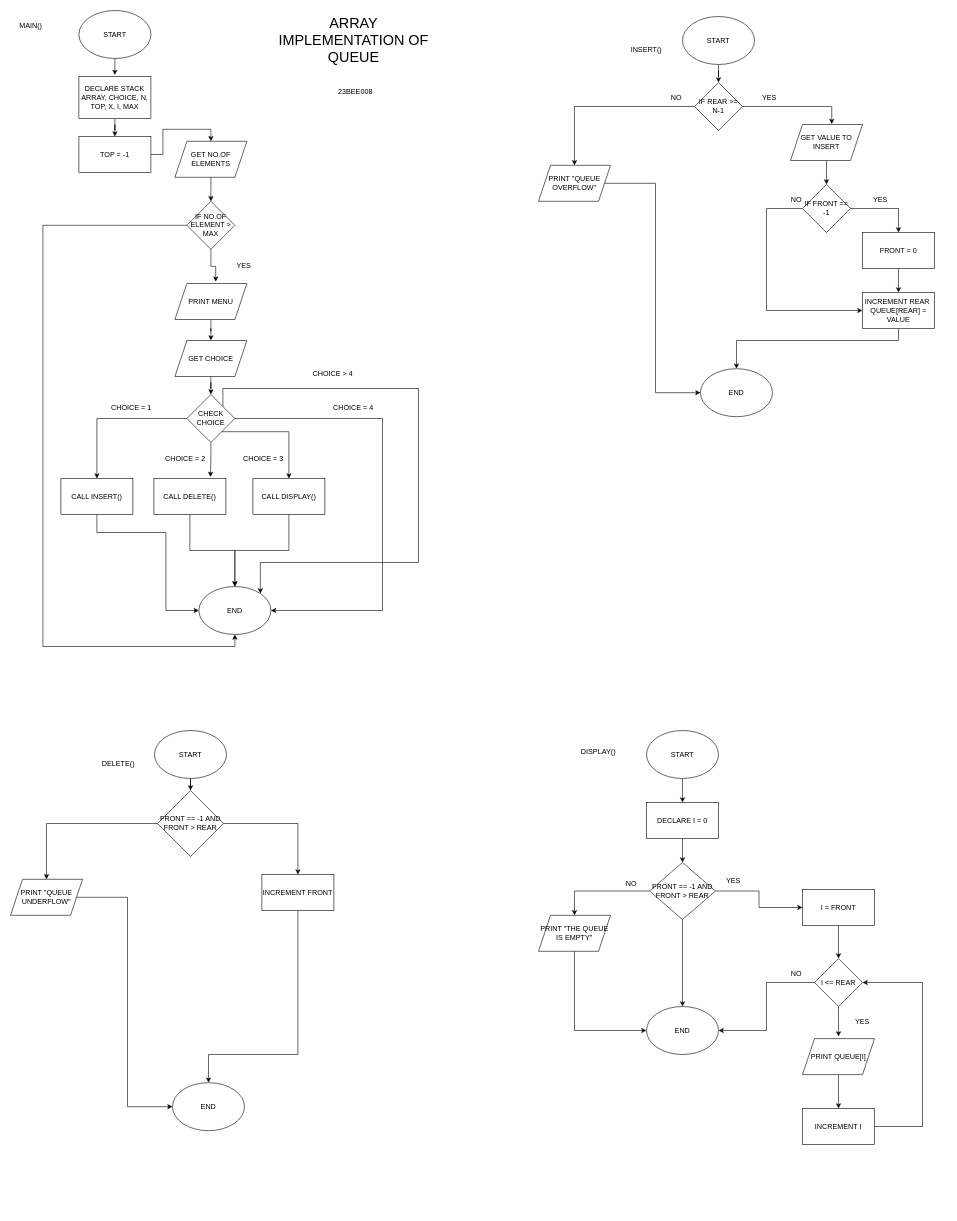
Before: QUEUE.drawio in ahamril2265/DSA-LABS, a draw.io diagram. Source tidied: cells renumbered, new cells numbered last; positions are measured from the earlier drawing's top-left corner, leaving out a move shared by most shapes. Both pictures are drawn from the tidied source at 60%, with x=0, y=0 at pixel (10, 10).
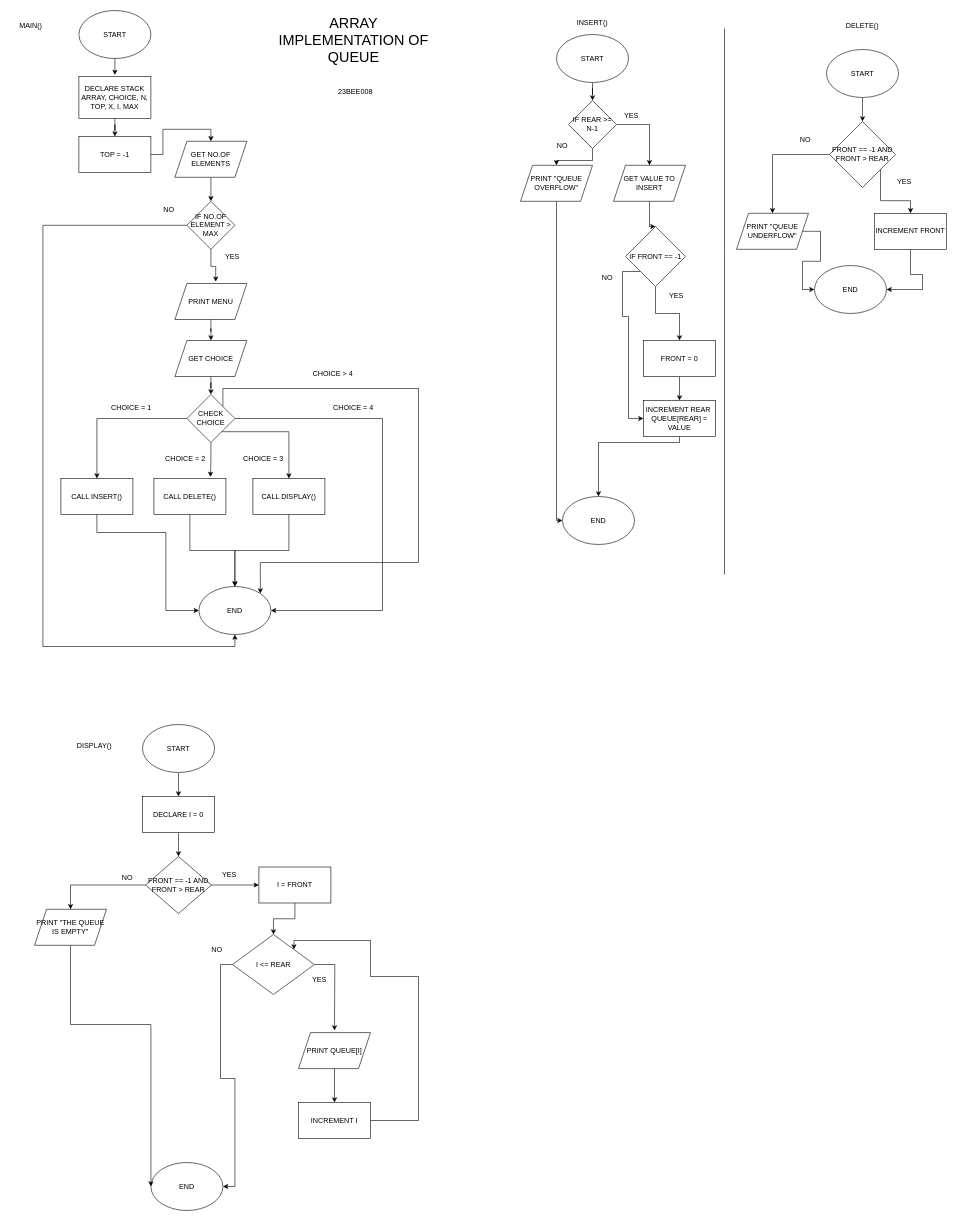
Above is the later version.

The edit, as a diff of the source:
```diff
@@
     <mxCell id="35" value="YES" style="text;html=1;whiteSpace=wrap;strokeColor=none;fillColor=none;align=center;verticalAlign=middle;rounded=0;" parent="1" vertex="1">
-      <mxGeometry x="359" y="410" width="60" height="30" as="geometry" />
+      <mxGeometry x="340" y="395" width="60" height="30" as="geometry" />
     </mxCell>
@@
     <mxCell id="38" value="START" style="ellipse;whiteSpace=wrap;html=1;" parent="1" vertex="1">
-      <mxGeometry x="1120" y="10" width="120" height="80" as="geometry" />
+      <mxGeometry x="910" y="40" width="120" height="80" as="geometry" />
     </mxCell>
@@
+    <mxCell id="45" style="edgeStyle=orthogonalEdgeStyle;rounded=0;jettySize=auto;html=1;exitX=1;exitY=0.5;exitDx=0;exitDy=0;entryX=0.5;entryY=0;entryDx=0;entryDy=0;" parent="1" edge="1" source="40" target="44">
+      <mxGeometry relative="1" as="geometry" />
+    </mxCell>
     <mxCell id="40" value="IF REAR &amp;gt;= N-1" style="rhombus;whiteSpace=wrap;html=1;" parent="1" vertex="1">
-      <mxGeometry x="1140" y="120" width="80" height="80" as="geometry" />
+      <mxGeometry x="930" y="150" width="80" height="80" as="geometry" />
     </mxCell>
     <mxCell id="41" style="edgeStyle=orthogonalEdgeStyle;rounded=0;jettySize=auto;html=1;entryX=0;entryY=0.5;entryDx=0;entryDy=0;" parent="1" edge="1" source="42" target="53">
-      <mxGeometry relative="1" as="geometry" />
+      <mxGeometry relative="1" as="geometry">
+        <Array as="points">
+          <mxPoint x="910" y="850" />
+        </Array>
+      </mxGeometry>
     </mxCell>
     <mxCell id="42" value="PRINT &quot;QUEUE OVERFLOW&quot;" style="shape=parallelogram;perimeter=parallelogramPerimeter;whiteSpace=wrap;html=1;fixedSize=1;" parent="1" vertex="1">
-      <mxGeometry x="880" y="258" width="120" height="60" as="geometry" />
+      <mxGeometry x="850" y="258" width="120" height="60" as="geometry" />
     </mxCell>
     <mxCell id="43" style="edgeStyle=orthogonalEdgeStyle;rounded=0;jettySize=auto;html=1;entryX=0.5;entryY=0;entryDx=0;entryDy=0;" parent="1" edge="1" source="44" target="48">
-      <mxGeometry relative="1" as="geometry" />
+      <mxGeometry relative="1" as="geometry">
+        <Array as="points">
+          <mxPoint x="1065" y="338" />
+          <mxPoint x="1065" y="338" />
+          <mxPoint x="1065" y="360" />
+        </Array>
+      </mxGeometry>
     </mxCell>
     <mxCell id="44" value="GET VALUE TO INSERT" style="shape=parallelogram;perimeter=parallelogramPerimeter;whiteSpace=wrap;html=1;fixedSize=1;" parent="1" vertex="1">
-      <mxGeometry x="1300" y="190" width="120" height="60" as="geometry" />
+      <mxGeometry x="1005" y="258" width="120" height="60" as="geometry" />
     </mxCell>
-    <mxCell id="45" style="edgeStyle=orthogonalEdgeStyle;rounded=0;jettySize=auto;html=1;entryX=0.573;entryY=-0.012;entryDx=0;entryDy=0;entryPerimeter=0;" parent="1" edge="1" source="40" target="44">
-      <mxGeometry relative="1" as="geometry" />
-    </mxCell>
@@
-    <mxCell id="47" style="edgeStyle=orthogonalEdgeStyle;rounded=0;jettySize=auto;html=1;entryX=0;entryY=0.5;entryDx=0;entryDy=0;" parent="1" edge="1" source="48" target="52">
+    <mxCell id="47" style="edgeStyle=orthogonalEdgeStyle;rounded=0;jettySize=auto;html=1;exitX=0;exitY=1;exitDx=0;exitDy=0;entryX=0;entryY=0.5;entryDx=0;entryDy=0;" parent="1" edge="1" source="48" target="52">
       <mxGeometry relative="1" as="geometry">
         <Array as="points">
-          <mxPoint x="1260" y="330" />
-          <mxPoint x="1260" y="500" />
+          <mxPoint x="1020" y="435" />
+          <mxPoint x="1020" y="510" />
+          <mxPoint x="1030" y="510" />
+          <mxPoint x="1030" y="680" />
         </Array>
       </mxGeometry>
     </mxCell>
     <mxCell id="48" value="IF FRONT == -1" style="rhombus;whiteSpace=wrap;html=1;" parent="1" vertex="1">
-      <mxGeometry x="1320" y="290" width="80" height="80" as="geometry" />
+      <mxGeometry x="1025" y="360" width="100" height="100" as="geometry" />
     </mxCell>
@@
     <mxCell id="50" value="FRONT = 0" style="rounded=0;whiteSpace=wrap;html=1;" parent="1" vertex="1">
-      <mxGeometry x="1420" y="370" width="120" height="60" as="geometry" />
+      <mxGeometry x="1055" y="550" width="120" height="60" as="geometry" />
     </mxCell>
     <mxCell id="51" style="edgeStyle=orthogonalEdgeStyle;rounded=0;jettySize=auto;html=1;" parent="1" edge="1" source="52" target="53">
       <mxGeometry relative="1" as="geometry">
         <Array as="points">
-          <mxPoint x="1480" y="550" />
-          <mxPoint x="1210" y="550" />
+          <mxPoint x="980" y="720" />
         </Array>
       </mxGeometry>
     </mxCell>
     <mxCell id="52" value="INCREMENT REAR&amp;nbsp;&lt;div&gt;QUEUE[REAR] = VALUE&lt;/div&gt;" style="rounded=0;whiteSpace=wrap;html=1;" parent="1" vertex="1">
-      <mxGeometry x="1420" y="470" width="120" height="60" as="geometry" />
+      <mxGeometry x="1055" y="650" width="120" height="60" as="geometry" />
     </mxCell>
     <mxCell id="53" value="END" style="ellipse;whiteSpace=wrap;html=1;" parent="1" vertex="1">
-      <mxGeometry x="1150" y="597" width="120" height="80" as="geometry" />
+      <mxGeometry x="920" y="810" width="120" height="80" as="geometry" />
     </mxCell>
     <mxCell id="54" value="INSERT()" style="text;html=1;whiteSpace=wrap;strokeColor=none;fillColor=none;align=center;verticalAlign=middle;rounded=0;" parent="1" vertex="1">
-      <mxGeometry x="1030" y="50" width="60" height="30" as="geometry" />
+      <mxGeometry x="940" y="5" width="60" height="30" as="geometry" />
     </mxCell>
@@
     <mxCell id="58" value="START" style="ellipse;whiteSpace=wrap;html=1;" parent="1" vertex="1">
-      <mxGeometry x="240" y="1200" width="120" height="80" as="geometry" />
+      <mxGeometry x="1360" y="65" width="120" height="80" as="geometry" />
     </mxCell>
@@
     <mxCell id="60" value="FRONT == -1 AND FRONT &amp;gt; REAR" style="rhombus;whiteSpace=wrap;html=1;" parent="1" vertex="1">
-      <mxGeometry x="245" y="1300" width="110" height="110" as="geometry" />
+      <mxGeometry x="1365" y="185" width="110" height="110" as="geometry" />
     </mxCell>
@@
     <mxCell id="62" value="PRINT &quot;QUEUE UNDERFLOW&quot;" style="shape=parallelogram;perimeter=parallelogramPerimeter;whiteSpace=wrap;html=1;fixedSize=1;" parent="1" vertex="1">
-      <mxGeometry y="1448" width="120" height="60" as="geometry" />
+      <mxGeometry x="1210" y="338" width="120" height="60" as="geometry" />
     </mxCell>
     <mxCell id="63" style="edgeStyle=orthogonalEdgeStyle;rounded=0;jettySize=auto;html=1;entryX=0.5;entryY=0;entryDx=0;entryDy=0;" parent="1" edge="1" source="60" target="65">
-      <mxGeometry relative="1" as="geometry" />
+      <mxGeometry relative="1" as="geometry">
+        <Array as="points">
+          <mxPoint x="1450" y="317" />
+          <mxPoint x="1500" y="317" />
+        </Array>
+      </mxGeometry>
     </mxCell>
     <mxCell id="64" style="edgeStyle=orthogonalEdgeStyle;rounded=0;jettySize=auto;html=1;" parent="1" edge="1" source="65" target="66">
       <mxGeometry relative="1" as="geometry">
         <Array as="points">
-          <mxPoint x="479" y="1740" />
-          <mxPoint x="330" y="1740" />
+          <mxPoint x="1500" y="440" />
+          <mxPoint x="1520" y="440" />
+          <mxPoint x="1520" y="465" />
         </Array>
       </mxGeometry>
     </mxCell>
     <mxCell id="65" value="INCREMENT FRONT" style="rounded=0;whiteSpace=wrap;html=1;" parent="1" vertex="1">
-      <mxGeometry x="419" y="1440" width="120" height="60" as="geometry" />
+      <mxGeometry x="1440" y="338" width="120" height="60" as="geometry" />
     </mxCell>
     <mxCell id="66" value="END" style="ellipse;whiteSpace=wrap;html=1;" parent="1" vertex="1">
-      <mxGeometry x="270" y="1787" width="120" height="80" as="geometry" />
+      <mxGeometry x="1340" y="425" width="120" height="80" as="geometry" />
     </mxCell>
     <mxCell id="67" value="DELETE()" style="text;html=1;whiteSpace=wrap;strokeColor=none;fillColor=none;align=center;verticalAlign=middle;rounded=0;" parent="1" vertex="1">
-      <mxGeometry x="150" y="1240" width="60" height="30" as="geometry" />
+      <mxGeometry x="1390" y="10" width="60" height="30" as="geometry" />
     </mxCell>
@@
     <mxCell id="69" value="START" style="ellipse;whiteSpace=wrap;html=1;" parent="1" vertex="1">
-      <mxGeometry x="1060" y="1200" width="120" height="80" as="geometry" />
+      <mxGeometry x="220" y="1190" width="120" height="80" as="geometry" />
     </mxCell>
-    <mxCell id="70" style="edgeStyle=orthogonalEdgeStyle;rounded=0;jettySize=auto;html=1;entryX=0.5;entryY=0;entryDx=0;entryDy=0;" parent="1" edge="1" source="72" target="77">
-      <mxGeometry relative="1" as="geometry" />
-    </mxCell>
@@
     <mxCell id="72" value="FRONT == -1 AND FRONT &amp;gt; REAR" style="rhombus;whiteSpace=wrap;html=1;" parent="1" vertex="1">
-      <mxGeometry x="1065" y="1420" width="110" height="95" as="geometry" />
+      <mxGeometry x="225" y="1410" width="110" height="95" as="geometry" />
     </mxCell>
@@
     <mxCell id="74" value="DISPLAY()" style="text;html=1;whiteSpace=wrap;strokeColor=none;fillColor=none;align=center;verticalAlign=middle;rounded=0;" parent="1" vertex="1">
-      <mxGeometry x="950" y="1220" width="60" height="30" as="geometry" />
+      <mxGeometry x="110" y="1210" width="60" height="30" as="geometry" />
     </mxCell>
@@
     <mxCell id="76" value="DECLARE I = 0" style="rounded=0;whiteSpace=wrap;html=1;" parent="1" vertex="1">
-      <mxGeometry x="1060" y="1320" width="120" height="60" as="geometry" />
+      <mxGeometry x="220" y="1310" width="120" height="60" as="geometry" />
     </mxCell>
     <mxCell id="77" value="END" style="ellipse;whiteSpace=wrap;html=1;" parent="1" vertex="1">
-      <mxGeometry x="1060" y="1660" width="120" height="80" as="geometry" />
+      <mxGeometry x="234" y="1920" width="120" height="80" as="geometry" />
     </mxCell>
     <mxCell id="78" value="YES" style="text;html=1;whiteSpace=wrap;strokeColor=none;fillColor=none;align=center;verticalAlign=middle;rounded=0;" parent="1" vertex="1">
-      <mxGeometry x="1175" y="1435" width="60" height="30" as="geometry" />
+      <mxGeometry x="335" y="1425" width="60" height="30" as="geometry" />
     </mxCell>
     <mxCell id="79" value="NO" style="text;html=1;whiteSpace=wrap;strokeColor=none;fillColor=none;align=center;verticalAlign=middle;rounded=0;" parent="1" vertex="1">
-      <mxGeometry x="1005" y="1440" width="60" height="30" as="geometry" />
+      <mxGeometry x="165" y="1430" width="60" height="30" as="geometry" />
     </mxCell>
     <mxCell id="80" style="edgeStyle=orthogonalEdgeStyle;rounded=0;jettySize=auto;html=1;entryX=0;entryY=0.5;entryDx=0;entryDy=0;" parent="1" edge="1" source="81" target="77">
       <mxGeometry relative="1" as="geometry">
         <Array as="points">
-          <mxPoint x="940" y="1700" />
+          <mxPoint x="100" y="1690" />
         </Array>
       </mxGeometry>
     </mxCell>
     <mxCell id="81" value="PRINT &quot;THE QUEUE IS EMPTY&quot;" style="shape=parallelogram;perimeter=parallelogramPerimeter;whiteSpace=wrap;html=1;fixedSize=1;" parent="1" vertex="1">
-      <mxGeometry x="880" y="1508" width="120" height="60" as="geometry" />
+      <mxGeometry x="40" y="1498" width="120" height="60" as="geometry" />
     </mxCell>
@@
     <mxCell id="83" value="I = FRONT" style="rounded=0;whiteSpace=wrap;html=1;" parent="1" vertex="1">
-      <mxGeometry x="1320" y="1465" width="120" height="60" as="geometry" />
+      <mxGeometry x="414" y="1427.5" width="120" height="60" as="geometry" />
     </mxCell>
     <mxCell id="84" style="edgeStyle=orthogonalEdgeStyle;rounded=0;jettySize=auto;html=1;" parent="1" edge="1" source="86">
       <mxGeometry relative="1" as="geometry">
-        <mxPoint x="1380" y="1710" as="targetPoint" />
+        <mxPoint x="540" y="1700" as="targetPoint" />
       </mxGeometry>
     </mxCell>
@@
     <mxCell id="86" value="I &amp;lt;= REAR" style="rhombus;whiteSpace=wrap;html=1;" parent="1" vertex="1">
-      <mxGeometry x="1340" y="1580" width="80" height="80" as="geometry" />
+      <mxGeometry x="370" y="1540" width="136.5" height="100" as="geometry" />
     </mxCell>
@@
     <mxCell id="88" value="PRINT QUEUE[I]" style="shape=parallelogram;perimeter=parallelogramPerimeter;whiteSpace=wrap;html=1;fixedSize=1;" parent="1" vertex="1">
-      <mxGeometry x="1320" y="1713.5" width="120" height="60" as="geometry" />
+      <mxGeometry x="480" y="1703.5" width="120" height="60" as="geometry" />
     </mxCell>
-    <mxCell id="89" style="edgeStyle=orthogonalEdgeStyle;rounded=0;jettySize=auto;html=1;entryX=1;entryY=0.5;entryDx=0;entryDy=0;" parent="1" edge="1" source="90" target="86">
+    <mxCell id="89" style="edgeStyle=orthogonalEdgeStyle;rounded=0;jettySize=auto;html=1;entryX=1;entryY=0;entryDx=0;entryDy=0;" parent="1" edge="1" source="90" target="86">
       <mxGeometry relative="1" as="geometry">
         <Array as="points">
-          <mxPoint x="1520" y="1860" />
-          <mxPoint x="1520" y="1620" />
+          <mxPoint x="680" y="1850" />
+          <mxPoint x="680" y="1610" />
+          <mxPoint x="600" y="1610" />
+          <mxPoint x="600" y="1550" />
+          <mxPoint x="472" y="1550" />
         </Array>
       </mxGeometry>
     </mxCell>
     <mxCell id="90" value="INCREMENT I" style="rounded=0;whiteSpace=wrap;html=1;" parent="1" vertex="1">
-      <mxGeometry x="1320" y="1830" width="120" height="60" as="geometry" />
+      <mxGeometry x="480" y="1820" width="120" height="60" as="geometry" />
     </mxCell>
     <mxCell id="91" value="NO" style="text;html=1;whiteSpace=wrap;strokeColor=none;fillColor=none;align=center;verticalAlign=middle;rounded=0;" parent="1" vertex="1">
-      <mxGeometry x="1280" y="1590" width="60" height="30" as="geometry" />
+      <mxGeometry x="314" y="1550" width="60" height="30" as="geometry" />
     </mxCell>
     <mxCell id="92" value="YES" style="text;html=1;whiteSpace=wrap;strokeColor=none;fillColor=none;align=center;verticalAlign=middle;rounded=0;" parent="1" vertex="1">
-      <mxGeometry x="1390" y="1670" width="60" height="30" as="geometry" />
+      <mxGeometry x="485" y="1600" width="60" height="30" as="geometry" />
     </mxCell>
     <mxCell id="93" value="NO" style="text;html=1;whiteSpace=wrap;strokeColor=none;fillColor=none;align=center;verticalAlign=middle;rounded=0;" parent="1" vertex="1">
-      <mxGeometry x="1080" y="130" width="60" height="30" as="geometry" />
+      <mxGeometry x="890" y="210" width="60" height="30" as="geometry" />
     </mxCell>
     <mxCell id="94" value="YES" style="text;html=1;whiteSpace=wrap;strokeColor=none;fillColor=none;align=center;verticalAlign=middle;rounded=0;" parent="1" vertex="1">
-      <mxGeometry x="1235" y="130" width="60" height="30" as="geometry" />
+      <mxGeometry x="1005" y="160" width="60" height="30" as="geometry" />
     </mxCell>
     <mxCell id="95" value="NO" style="text;html=1;whiteSpace=wrap;strokeColor=none;fillColor=none;align=center;verticalAlign=middle;rounded=0;" parent="1" vertex="1">
-      <mxGeometry x="1280" y="300" width="60" height="30" as="geometry" />
+      <mxGeometry x="965" y="430" width="60" height="30" as="geometry" />
     </mxCell>
     <mxCell id="96" value="YES" style="text;html=1;whiteSpace=wrap;strokeColor=none;fillColor=none;align=center;verticalAlign=middle;rounded=0;" parent="1" vertex="1">
-      <mxGeometry x="1420" y="300" width="60" height="30" as="geometry" />
+      <mxGeometry x="1080" y="460" width="60" height="30" as="geometry" />
     </mxCell>
+    <mxCell id="97" style="endArrow=none;html=1;rounded=0;" parent="1" edge="1">
+      <mxGeometry relative="1" as="geometry">
+        <mxPoint x="1190" y="940" as="sourcePoint" />
+        <mxPoint x="1190" y="30" as="targetPoint" />
+        <Array as="points">
+          <mxPoint x="1190" y="400" />
+        </Array>
+      </mxGeometry>
+    </mxCell>
+    <mxCell id="98" value="NO" style="text;html=1;whiteSpace=wrap;strokeColor=none;fillColor=none;align=center;verticalAlign=middle;rounded=0;" parent="1" vertex="1">
+      <mxGeometry x="234" y="318" width="60" height="30" as="geometry" />
+    </mxCell>
+    <mxCell id="99" value="YES" style="text;html=1;whiteSpace=wrap;strokeColor=none;fillColor=none;align=center;verticalAlign=middle;rounded=0;" parent="1" vertex="1">
+      <mxGeometry x="1460" y="270" width="60" height="30" as="geometry" />
+    </mxCell>
+    <mxCell id="100" value="NO" style="text;html=1;whiteSpace=wrap;strokeColor=none;fillColor=none;align=center;verticalAlign=middle;rounded=0;" parent="1" vertex="1">
+      <mxGeometry x="1295" y="200" width="60" height="30" as="geometry" />
+    </mxCell>
```
